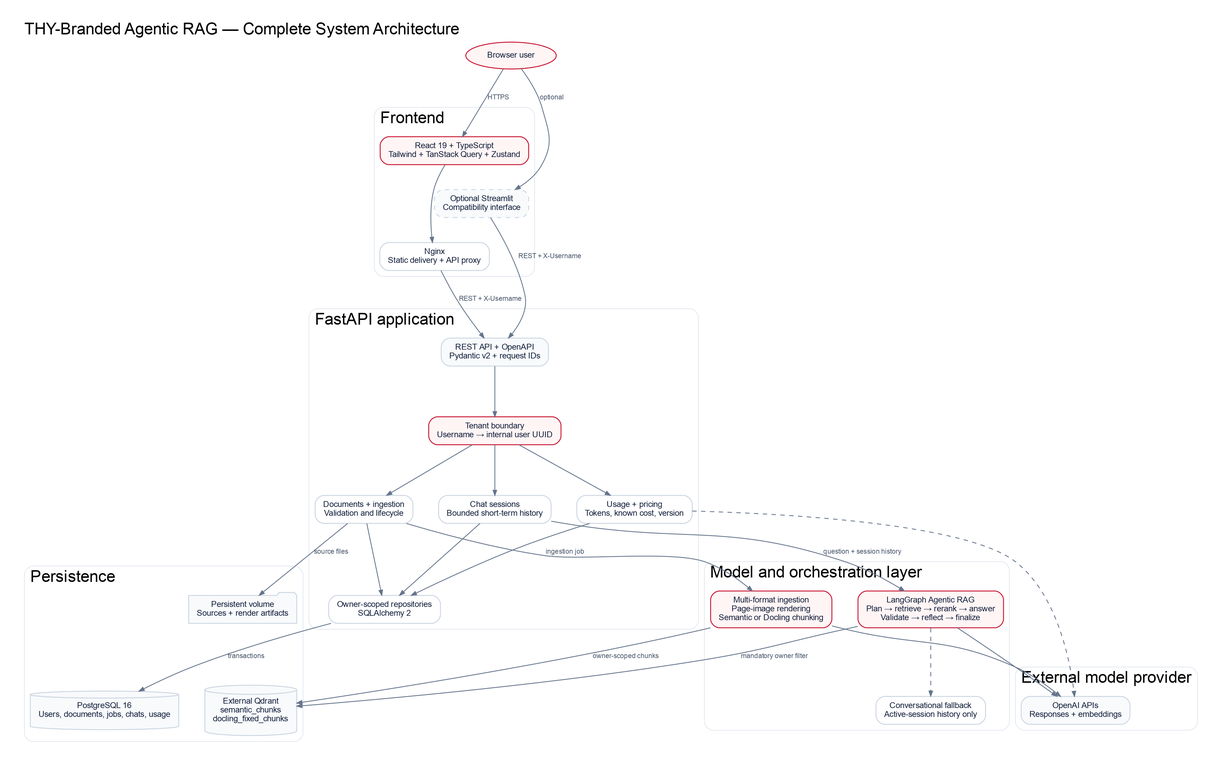
sefaisci/THY-Case-Study keeps this Graphviz diagram as docs/architecture/complete-system-architecture.png. Above is the earlier version. Its source is kept beside it as docs/architecture/complete-system-architecture.dot.
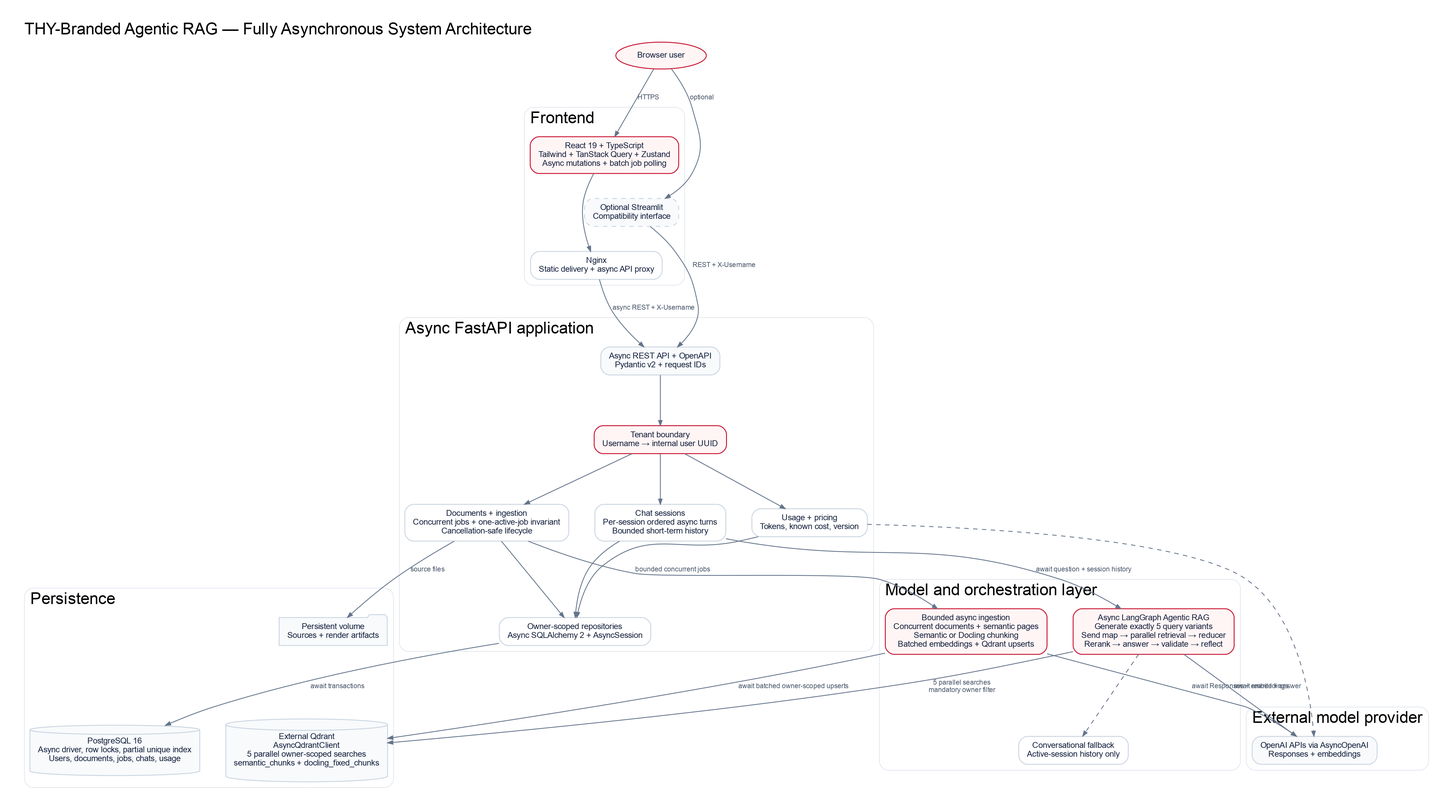
Later version of the same file.

Change to the diagram source:
```diff
@@ -6,7 +6,7 @@
     bgcolor="white",
     fontname="Helvetica",
     fontsize=22,
-    label="THY-Branded Agentic RAG — Complete System Architecture",
+    label="THY-Branded Agentic RAG — Fully Asynchronous System Architecture",
     labelloc="t",
     labeljust="l",
     pad=0.35,
@@ -40,22 +40,22 @@
     label="Frontend";
     color="#E2E8F0";
     style="rounded";
-    react [label="React 19 + TypeScript\nTailwind + TanStack Query + Zustand", fillcolor="#FFF5F5", color="#C8102E"];
-    nginx [label="Nginx\nStatic delivery + API proxy"];
+    react [label="React 19 + TypeScript\nTailwind + TanStack Query + Zustand\nAsync mutations + batch job polling", fillcolor="#FFF5F5", color="#C8102E"];
+    nginx [label="Nginx\nStatic delivery + async API proxy"];
     streamlit [label="Optional Streamlit\nCompatibility interface", style="rounded,dashed,filled", fillcolor="#F8FAFC"];
     react -> nginx;
   }
 
   subgraph cluster_backend {
-    label="FastAPI application";
+    label="Async FastAPI application";
     color="#E2E8F0";
     style="rounded";
-    api [label="REST API + OpenAPI\nPydantic v2 + request IDs", fillcolor="#F8FAFC"];
+    api [label="Async REST API + OpenAPI\nPydantic v2 + request IDs", fillcolor="#F8FAFC"];
     identity [label="Tenant boundary\nUsername → internal user UUID", fillcolor="#FFF5F5", color="#C8102E"];
-    document_service [label="Documents + ingestion\nValidation and lifecycle"];
-    chat_service [label="Chat sessions\nBounded short-term history"];
+    document_service [label="Documents + ingestion\nConcurrent jobs + one-active-job invariant\nCancellation-safe lifecycle"];
+    chat_service [label="Chat sessions\nPer-session ordered async turns\nBounded short-term history"];
     usage_service [label="Usage + pricing\nTokens, known cost, version"];
-    repositories [label="Owner-scoped repositories\nSQLAlchemy 2"];
+    repositories [label="Owner-scoped repositories\nAsync SQLAlchemy 2 + AsyncSession"];
     api -> identity;
     identity -> document_service;
     identity -> chat_service;
@@ -69,8 +69,8 @@
     label="Model and orchestration layer";
     color="#E2E8F0";
     style="rounded";
-    ingestion_pipeline [label="Multi-format ingestion\nPage-image rendering\nSemantic or Docling chunking", fillcolor="#FFF5F5", color="#C8102E"];
-    rag_graph [label="LangGraph Agentic RAG\nPlan → retrieve → rerank → answer\nValidate → reflect → finalize", fillcolor="#FFF5F5", color="#C8102E"];
+    ingestion_pipeline [label="Bounded async ingestion\nConcurrent documents + semantic pages\nSemantic or Docling chunking\nBatched embeddings + Qdrant upserts", fillcolor="#FFF5F5", color="#C8102E"];
+    rag_graph [label="Async LangGraph Agentic RAG\nGenerate exactly 5 query variants\nSend map → parallel retrieval → reducer\nRerank → answer → validate → reflect", fillcolor="#FFF5F5", color="#C8102E"];
     fallback [label="Conversational fallback\nActive-session history only"];
     rag_graph -> fallback [style=dashed];
   }
@@ -79,29 +79,29 @@
     label="Persistence";
     color="#E2E8F0";
     style="rounded";
-    postgres [label="PostgreSQL 16\nUsers, documents, jobs, chats, usage", shape=cylinder, fillcolor="#F8FAFC"];
+    postgres [label="PostgreSQL 16\nAsync driver, row locks, partial unique index\nUsers, documents, jobs, chats, usage", shape=cylinder, fillcolor="#F8FAFC"];
     uploads [label="Persistent volume\nSources + render artifacts", shape=folder, fillcolor="#F8FAFC"];
-    qdrant [label="External Qdrant\nsemantic_chunks\ndocling_fixed_chunks", shape=cylinder, fillcolor="#F8FAFC"];
+    qdrant [label="External Qdrant\nAsyncQdrantClient\n5 parallel owner-scoped searches\nsemantic_chunks + docling_fixed_chunks", shape=cylinder, fillcolor="#F8FAFC"];
   }
 
   subgraph cluster_provider {
     label="External model provider";
     color="#E2E8F0";
     style="rounded";
-    openai [label="OpenAI APIs\nResponses + embeddings", fillcolor="#F8FAFC"];
+    openai [label="OpenAI APIs via AsyncOpenAI\nResponses + embeddings", fillcolor="#F8FAFC"];
   }
 
   user -> react [label="HTTPS"];
   user -> streamlit [label="optional"];
-  nginx -> api [label="REST + X-Username"];
+  nginx -> api [label="async REST + X-Username"];
   streamlit -> api [label="REST + X-Username"];
-  document_service -> ingestion_pipeline [label="ingestion job"];
-  chat_service -> rag_graph [label="question + session history"];
-  repositories -> postgres [label="transactions"];
+  document_service -> ingestion_pipeline [label="bounded concurrent jobs"];
+  chat_service -> rag_graph [label="await question + session history"];
+  repositories -> postgres [label="await transactions"];
   document_service -> uploads [label="source files"];
-  ingestion_pipeline -> qdrant [label="owner-scoped chunks"];
-  ingestion_pipeline -> openai;
-  rag_graph -> qdrant [label="mandatory owner filter"];
-  rag_graph -> openai;
+  ingestion_pipeline -> qdrant [label="await batched owner-scoped upserts"];
+  ingestion_pipeline -> openai [label="await Responses + embeddings"];
+  rag_graph -> qdrant [label="5 parallel searches\nmandatory owner filter"];
+  rag_graph -> openai [label="await rewrite + answer"];
   usage_service -> openai [style=dashed];
 }
```
